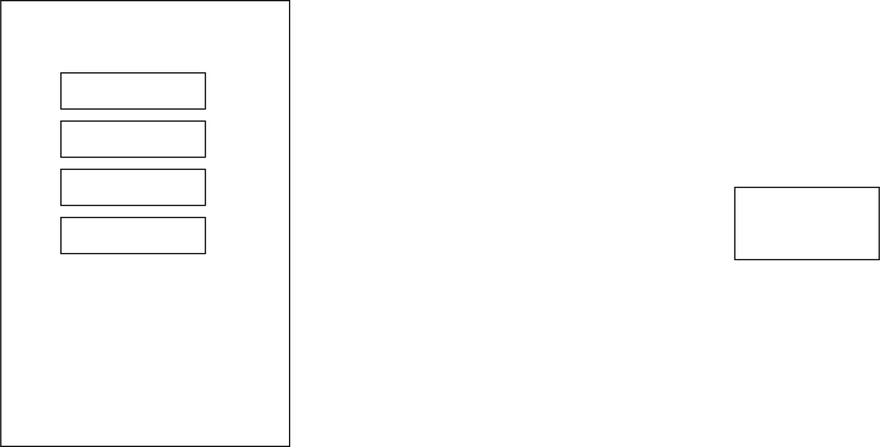
This is multithreadingredisissue.svg from vjavle/invoicecloud, a draw.io export, as it was before one commit. Source tidied: cells renumbered, new cells last; positions are measured from the earlier drawing's top-left corner, leaving out a move shared by most shapes.
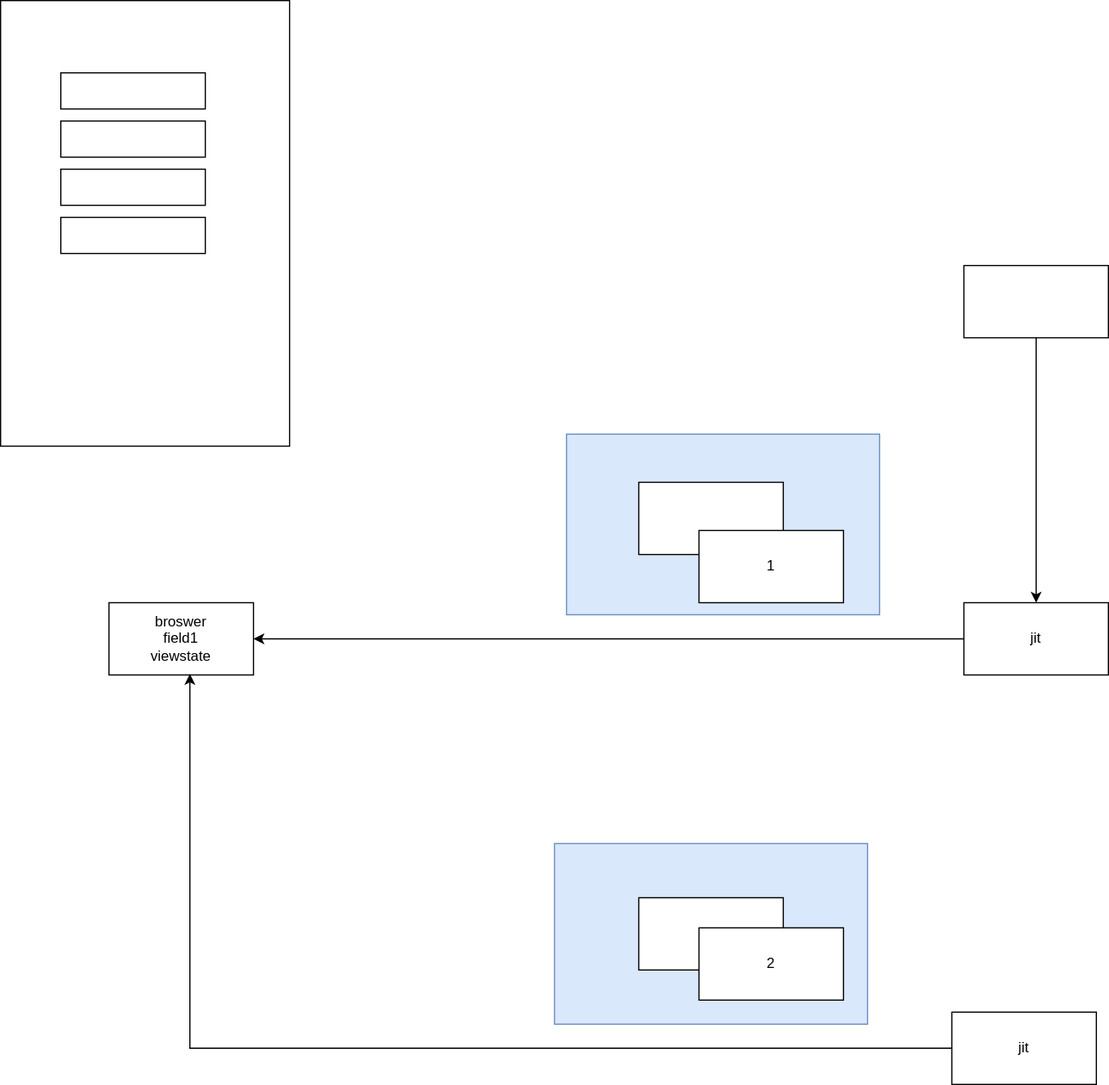
Above is the later version.

What changed in the source:
```diff
@@ -2,6 +2,9 @@
   <root>
     <mxCell id="0" />
     <mxCell id="1" parent="0" />
+    <mxCell id="8" style="rounded=0;whiteSpace=wrap;html=1;fillColor=#dae8fc;strokeColor=#6c8ebf;" parent="1" vertex="1">
+      <mxGeometry x="470" y="360" width="260" height="150" as="geometry" />
+    </mxCell>
     <mxCell id="2" style="rounded=0;whiteSpace=wrap;html=1;" parent="1" vertex="1">
       <mxGeometry width="240" height="370" as="geometry" />
     </mxCell>
@@ -17,8 +20,43 @@
     <mxCell id="6" style="rounded=0;whiteSpace=wrap;html=1;" parent="1" vertex="1">
       <mxGeometry x="50" y="180" width="120" height="30" as="geometry" />
     </mxCell>
-    <mxCell id="7" style="rounded=0;whiteSpace=wrap;html=1;" parent="1" vertex="1">
-      <mxGeometry x="610" y="155" width="120" height="60" as="geometry" />
-    </mxCell>
+    <mxCell id="9" style="rounded=0;whiteSpace=wrap;html=1;" parent="1" vertex="1">
+      <mxGeometry x="530" y="400" width="120" height="60" as="geometry" />
+    </mxCell>
+    <mxCell id="10" style="edgeStyle=orthogonalEdgeStyle;rounded=0;jettySize=auto;html=1;" parent="1" edge="1" source="11">
+      <mxGeometry relative="1" as="geometry">
+        <mxPoint x="210" y="530" as="targetPoint" />
+      </mxGeometry>
+    </mxCell>
+    <mxCell id="11" value="jit" style="rounded=0;whiteSpace=wrap;html=1;" parent="1" vertex="1">
+      <mxGeometry x="800" y="500" width="120" height="60" as="geometry" />
+    </mxCell>
+    <mxCell id="12" value="broswer&lt;br&gt;field1&lt;br&gt;viewstate" style="rounded=0;whiteSpace=wrap;html=1;" parent="1" vertex="1">
+      <mxGeometry x="90" y="500" width="120" height="60" as="geometry" />
+    </mxCell>
+    <mxCell id="13" style="rounded=0;whiteSpace=wrap;html=1;fillColor=#dae8fc;strokeColor=#6c8ebf;" parent="1" vertex="1">
+      <mxGeometry x="460" y="700" width="260" height="150" as="geometry" />
+    </mxCell>
+    <mxCell id="14" style="rounded=0;whiteSpace=wrap;html=1;" parent="1" vertex="1">
+      <mxGeometry x="530" y="745" width="120" height="60" as="geometry" />
+    </mxCell>
+    <mxCell id="15" style="edgeStyle=orthogonalEdgeStyle;rounded=0;jettySize=auto;html=1;entryX=0.56;entryY=0.986;entryDx=0;entryDy=0;entryPerimeter=0;" parent="1" edge="1" source="16" target="12">
+      <mxGeometry relative="1" as="geometry" />
+    </mxCell>
+    <mxCell id="16" value="jit" style="rounded=0;whiteSpace=wrap;html=1;" parent="1" vertex="1">
+      <mxGeometry x="790" y="840" width="120" height="60" as="geometry" />
+    </mxCell>
+    <mxCell id="17" style="edgeStyle=orthogonalEdgeStyle;rounded=0;jettySize=auto;html=1;" parent="1" edge="1" source="18" target="11">
+      <mxGeometry relative="1" as="geometry" />
+    </mxCell>
+    <mxCell id="18" style="rounded=0;whiteSpace=wrap;html=1;" parent="1" vertex="1">
+      <mxGeometry x="800" y="220" width="120" height="60" as="geometry" />
+    </mxCell>
+    <mxCell id="19" value="1" style="rounded=0;whiteSpace=wrap;html=1;" parent="1" vertex="1">
+      <mxGeometry x="580" y="440" width="120" height="60" as="geometry" />
+    </mxCell>
+    <mxCell id="20" value="2" style="rounded=0;whiteSpace=wrap;html=1;" parent="1" vertex="1">
+      <mxGeometry x="580" y="770" width="120" height="60" as="geometry" />
+    </mxCell>
   </root>
 </mxGraphModel>
```
